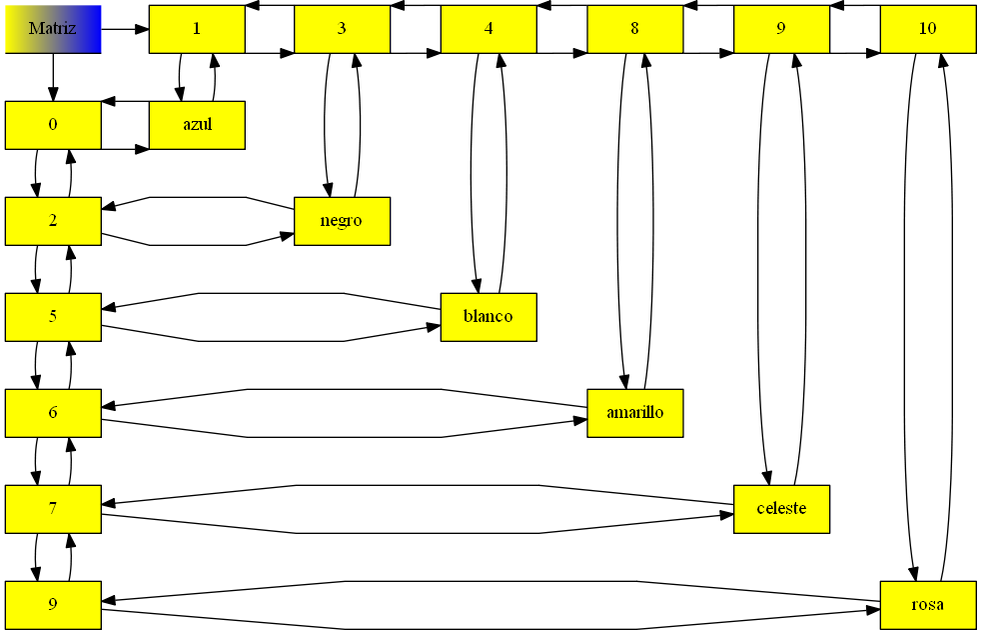
Earlier version of the Graphviz export grafica.png (Tiago-130414/EDD_2S2019_PY1_201313722). Its source is kept beside it as grafica.dot. Source of this version:
```dot
digraph G {
graph [ splines=compound,ranksep="0.5", nodesep="0.5"];
Matriz[width = 1.0 group = "Mt0",  style=filled,shape="underline",fillcolor="yellow:blue" label="Matriz"];
F0[label="0"width = 1.0 style = filled,shape="rectangle", fillcolor = "yellow", group = Mt0] ;
F2[label="2"width = 1.0 style = filled,shape="rectangle", fillcolor = "yellow", group = Mt0] ;
F5[label="5"width = 1.0 style = filled,shape="rectangle", fillcolor = "yellow", group = Mt0] ;
F6[label="6"width = 1.0 style = filled,shape="rectangle", fillcolor = "yellow", group = Mt0] ;
F7[label="7"width = 1.0 style = filled,shape="rectangle", fillcolor = "yellow", group = Mt0] ;
F9[label="9"width = 1.0 style = filled,shape="rectangle", fillcolor = "yellow", group = Mt0] ;
F0->F2;
F2->F0;
F2->F5;
F5->F2;
F5->F6;
F6->F5;
F6->F7;
F7->F6;
F7->F9;
F9->F7;
C1[label="1"width = 1.0 style = filled,shape="rectangle", fillcolor = "yellow", group =1] ;
C3[label="3"width = 1.0 style = filled,shape="rectangle", fillcolor = "yellow", group =3] ;
C4[label="4"width = 1.0 style = filled,shape="rectangle", fillcolor = "yellow", group =4] ;
C8[label="8"width = 1.0 style = filled,shape="rectangle", fillcolor = "yellow", group =8] ;
C9[label="9"width = 1.0 style = filled,shape="rectangle", fillcolor = "yellow", group =9] ;
C10[label="10"width = 1.0 style = filled,shape="rectangle", fillcolor = "yellow", group =10] ;
C1->C3;
C3->C1;
C3->C4;
C4->C3;
C4->C8;
C8->C4;
C8->C9;
C9->C8;
C9->C10;
C10->C9;
{rank = same; Matriz;C1;C3;C4;C8;C9;C10}
Matriz ->C1;
Matriz ->F0;
01[label="azul"width = 1.0 style = filled,shape="rectangle", fillcolor = "yellow", group =1] ;
23[label="negro"width = 1.0 style = filled,shape="rectangle", fillcolor = "yellow", group =3] ;
54[label="blanco"width = 1.0 style = filled,shape="rectangle", fillcolor = "yellow", group =4] ;
68[label="amarillo"width = 1.0 style = filled,shape="rectangle", fillcolor = "yellow", group =8] ;
79[label="celeste"width = 1.0 style = filled,shape="rectangle", fillcolor = "yellow", group =9] ;
910[label="rosa"width = 1.0 style = filled,shape="rectangle", fillcolor = "yellow", group =10] ;
F0->01[constraint = false];
01->F0[constraint = false];
F2->23[constraint = false];
23->F2[constraint = false];
F5->54[constraint = false];
54->F5[constraint = false];
F6->68[constraint = false];
68->F6[constraint = false];
F7->79[constraint = false];
79->F7[constraint = false];
F9->910[constraint = false];
910->F9[constraint = false];
{rank = same;F0;01;}
{rank = same;F2;23;}
{rank = same;F5;54;}
{rank = same;F6;68;}
{rank = same;F7;79;}
{rank = same;F9;910;}
C1->01;
01->C1;
C3->23;
23->C3;
C4->54;
54->C4;
C8->68;
68->C8;
C9->79;
79->C9;
C10->910;
910->C10;


}
```
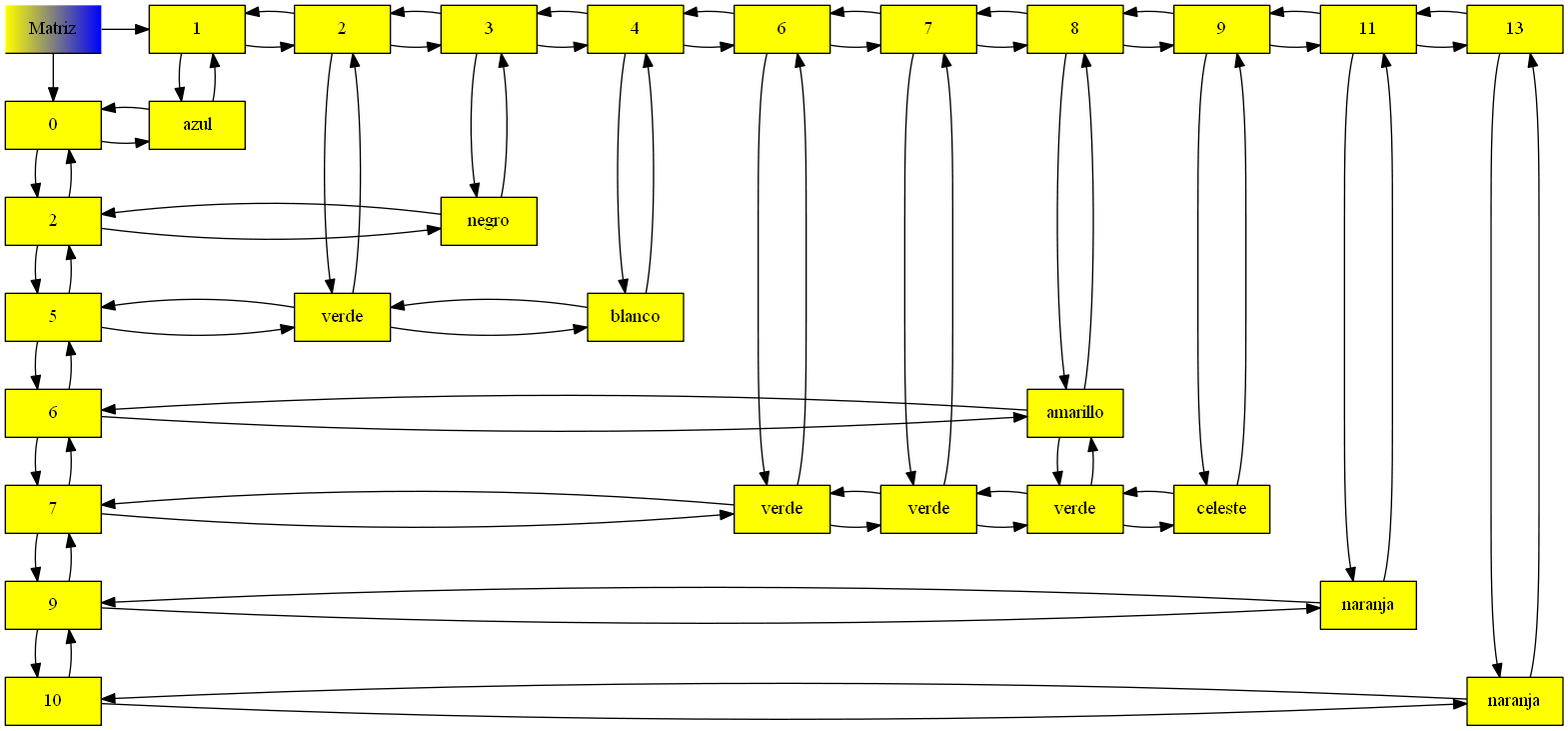
After the change.

Change to the diagram source:
```diff
@@ -1,12 +1,15 @@
 digraph G {
-graph [ splines=compound,ranksep="0.5", nodesep="0.5"];
+graph [ranksep="0.5", nodesep="0.5"];
+
 Matriz[width = 1.0 group = "Mt0",  style=filled,shape="underline",fillcolor="yellow:blue" label="Matriz"];
+
 F0[label="0"width = 1.0 style = filled,shape="rectangle", fillcolor = "yellow", group = Mt0] ;
 F2[label="2"width = 1.0 style = filled,shape="rectangle", fillcolor = "yellow", group = Mt0] ;
 F5[label="5"width = 1.0 style = filled,shape="rectangle", fillcolor = "yellow", group = Mt0] ;
 F6[label="6"width = 1.0 style = filled,shape="rectangle", fillcolor = "yellow", group = Mt0] ;
 F7[label="7"width = 1.0 style = filled,shape="rectangle", fillcolor = "yellow", group = Mt0] ;
 F9[label="9"width = 1.0 style = filled,shape="rectangle", fillcolor = "yellow", group = Mt0] ;
+F10[label="10"width = 1.0 style = filled,shape="rectangle", fillcolor = "yellow", group = Mt0] ;
 F0->F2;
 F2->F0;
 F2->F5;
@@ -17,61 +20,112 @@
 F7->F6;
 F7->F9;
 F9->F7;
+F9->F10;
+F10->F9;
+
 C1[label="1"width = 1.0 style = filled,shape="rectangle", fillcolor = "yellow", group =1] ;
+C2[label="2"width = 1.0 style = filled,shape="rectangle", fillcolor = "yellow", group =2] ;
 C3[label="3"width = 1.0 style = filled,shape="rectangle", fillcolor = "yellow", group =3] ;
 C4[label="4"width = 1.0 style = filled,shape="rectangle", fillcolor = "yellow", group =4] ;
+C6[label="6"width = 1.0 style = filled,shape="rectangle", fillcolor = "yellow", group =6] ;
+C7[label="7"width = 1.0 style = filled,shape="rectangle", fillcolor = "yellow", group =7] ;
 C8[label="8"width = 1.0 style = filled,shape="rectangle", fillcolor = "yellow", group =8] ;
 C9[label="9"width = 1.0 style = filled,shape="rectangle", fillcolor = "yellow", group =9] ;
-C10[label="10"width = 1.0 style = filled,shape="rectangle", fillcolor = "yellow", group =10] ;
-C1->C3;
-C3->C1;
+C11[label="11"width = 1.0 style = filled,shape="rectangle", fillcolor = "yellow", group =11] ;
+C13[label="13"width = 1.0 style = filled,shape="rectangle", fillcolor = "yellow", group =13] ;
+C1->C2;
+C2->C1;
+C2->C3;
+C3->C2;
 C3->C4;
 C4->C3;
-C4->C8;
-C8->C4;
+C4->C6;
+C6->C4;
+C6->C7;
+C7->C6;
+C7->C8;
+C8->C7;
 C8->C9;
 C9->C8;
-C9->C10;
-C10->C9;
-{rank = same; Matriz;C1;C3;C4;C8;C9;C10}
+C9->C11;
+C11->C9;
+C11->C13;
+C13->C11;
+{rank = same; Matriz;C1;C2;C3;C4;C6;C7;C8;C9;C11;C13}
 Matriz ->C1;
 Matriz ->F0;
+
 01[label="azul"width = 1.0 style = filled,shape="rectangle", fillcolor = "yellow", group =1] ;
 23[label="negro"width = 1.0 style = filled,shape="rectangle", fillcolor = "yellow", group =3] ;
-54[label="blanco"width = 1.0 style = filled,shape="rectangle", fillcolor = "yellow", group =4] ;
+52[label="verde"width = 1.0 style = filled,shape="rectangle", fillcolor = "yellow", group =2] ;
 68[label="amarillo"width = 1.0 style = filled,shape="rectangle", fillcolor = "yellow", group =8] ;
-79[label="celeste"width = 1.0 style = filled,shape="rectangle", fillcolor = "yellow", group =9] ;
-910[label="rosa"width = 1.0 style = filled,shape="rectangle", fillcolor = "yellow", group =10] ;
+76[label="verde"width = 1.0 style = filled,shape="rectangle", fillcolor = "yellow", group =6] ;
+911[label="naranja"width = 1.0 style = filled,shape="rectangle", fillcolor = "yellow", group =11] ;
+1013[label="naranja"width = 1.0 style = filled,shape="rectangle", fillcolor = "yellow", group =13] ;
 F0->01[constraint = false];
 01->F0[constraint = false];
 F2->23[constraint = false];
 23->F2[constraint = false];
-F5->54[constraint = false];
-54->F5[constraint = false];
+F5->52[constraint = false];
+52->F5[constraint = false];
 F6->68[constraint = false];
 68->F6[constraint = false];
-F7->79[constraint = false];
-79->F7[constraint = false];
-F9->910[constraint = false];
-910->F9[constraint = false];
+F7->76[constraint = false];
+76->F7[constraint = false];
+F9->911[constraint = false];
+911->F9[constraint = false];
+F10->1013[constraint = false];
+1013->F10[constraint = false];
+54[label="blanco"width = 1.0 style = filled,shape="rectangle", fillcolor = "yellow", group =4] ;
+77[label="verde"width = 1.0 style = filled,shape="rectangle", fillcolor = "yellow", group =7] ;
+78[label="verde"width = 1.0 style = filled,shape="rectangle", fillcolor = "yellow", group =8] ;
+79[label="celeste"width = 1.0 style = filled,shape="rectangle", fillcolor = "yellow", group =9] ;
+52->54[constraint = false];
+
+54->52[constraint = false];
+76->77[constraint = false];
+
+77->76[constraint = false];
+77->78[constraint = false];
+
+78->77[constraint = false];
+78->79[constraint = false];
+
+79->78[constraint = false];
+
 {rank = same;F0;01;}
 {rank = same;F2;23;}
-{rank = same;F5;54;}
+{rank = same;F5;52;54;}
 {rank = same;F6;68;}
-{rank = same;F7;79;}
-{rank = same;F9;910;}
+{rank = same;F7;76;77;78;79;}
+{rank = same;F9;911;}
+{rank = same;F10;1013;}
+
 C1->01;
 01->C1;
+C2->52;
+52->C2;
 C3->23;
 23->C3;
 C4->54;
 54->C4;
+C6->76;
+76->C6;
+C7->77;
+77->C7;
 C8->68;
 68->C8;
 C9->79;
 79->C9;
-C10->910;
-910->C10;
+C11->911;
+911->C11;
+C13->1013;
+1013->C13;
+
+68->78
+78->68[constraint = false];
+
+
 
 
 }
```
